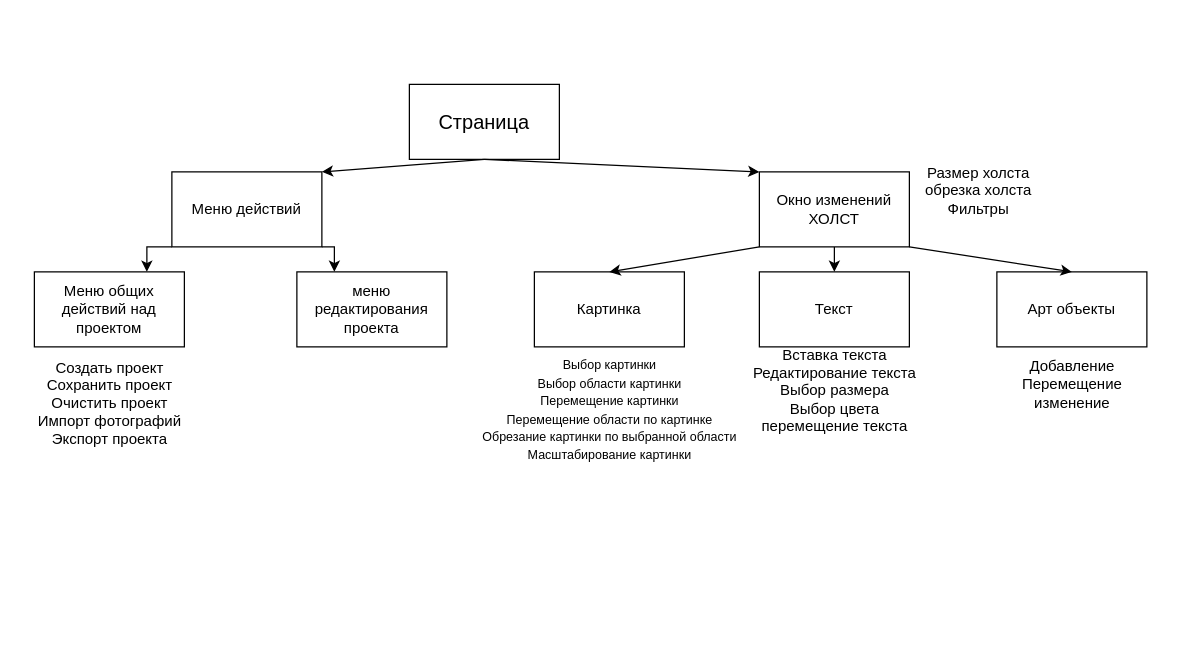
Before: Диаграмма без названия.drawio in ValentinKonstantinov/Card_Maker, a draw.io diagram. Source tidied: cells renumbered, new cells numbered last; positions are measured from the earlier drawing's top-left corner, leaving out a move shared by most shapes. Both pictures are drawn from the tidied source at 125%, with x=0, y=0 at pixel (21, 84).
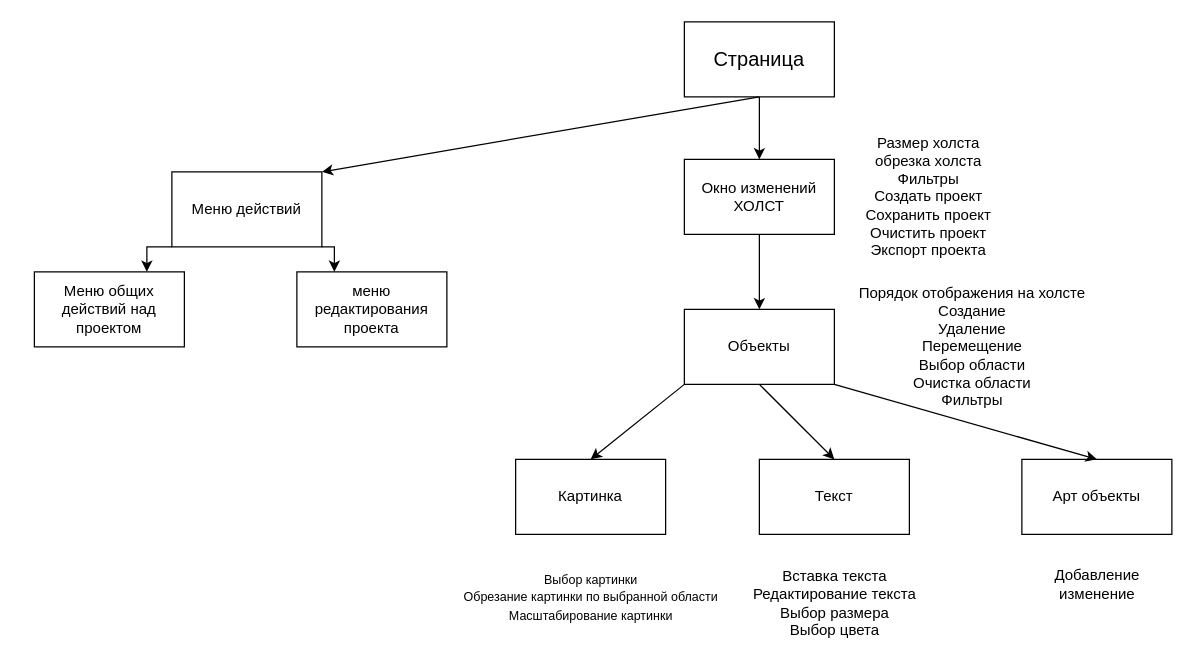
Above is the later version.

Change to the diagram source:
```diff
@@
     <mxCell id="2" value="&lt;font size=&quot;3&quot;&gt;Страница&lt;/font&gt;" style="rounded=0;whiteSpace=wrap;html=1;" parent="1" vertex="1">
-      <mxGeometry x="310" width="120" height="60" as="geometry" />
+      <mxGeometry x="530" y="-50" width="120" height="60" as="geometry" />
     </mxCell>
@@
     <mxCell id="7" value="Окно изменений&lt;br&gt;ХОЛСТ" style="rounded=0;whiteSpace=wrap;html=1;" parent="1" vertex="1">
-      <mxGeometry x="590" y="70" width="120" height="60" as="geometry" />
+      <mxGeometry x="530" y="60" width="120" height="60" as="geometry" />
     </mxCell>
-    <mxCell id="8" style="endArrow=classic;html=1;rounded=0;exitX=0.5;exitY=1;exitDx=0;exitDy=0;entryX=0;entryY=0;entryDx=0;entryDy=0;" parent="1" edge="1" source="2" target="7">
+    <mxCell id="8" style="endArrow=classic;html=1;rounded=0;exitX=0.5;exitY=1;exitDx=0;exitDy=0;entryX=0.5;entryY=0;entryDx=0;entryDy=0;" parent="1" edge="1" source="2" target="7">
       <mxGeometry relative="1" as="geometry" />
     </mxCell>
@@
     <mxCell id="11" value="Картинка" style="rounded=0;whiteSpace=wrap;html=1;" parent="1" vertex="1">
-      <mxGeometry x="410" y="150" width="120" height="60" as="geometry" />
+      <mxGeometry x="395" y="300" width="120" height="60" as="geometry" />
     </mxCell>
     <mxCell id="12" value="Текст" style="rounded=0;whiteSpace=wrap;html=1;" parent="1" vertex="1">
-      <mxGeometry x="590" y="150" width="120" height="60" as="geometry" />
+      <mxGeometry x="590" y="300" width="120" height="60" as="geometry" />
     </mxCell>
-    <mxCell id="13" value="&lt;font style=&quot;font-size: 10px;&quot;&gt;Выбор картинки&lt;br&gt;Выбор области картинки&lt;br&gt;Перемещение картинки&lt;br&gt;Перемещение области по картинке&lt;br&gt;Обрезание картинки по выбранной области&lt;br&gt;Масштабирование картинки&lt;/font&gt;" style="text;html=1;align=center;verticalAlign=middle;strokeColor=none;fillColor=none;" parent="1" vertex="1">
-      <mxGeometry x="355" y="210" width="230" height="100" as="geometry" />
+    <mxCell id="13" value="&lt;font style=&quot;font-size: 10px;&quot;&gt;Выбор картинки&lt;br&gt;Обрезание картинки по выбранной области&lt;br&gt;Масштабирование картинки&lt;/font&gt;" style="text;html=1;align=center;verticalAlign=middle;strokeColor=none;fillColor=none;" parent="1" vertex="1">
+      <mxGeometry x="340" y="380" width="230" height="60" as="geometry" />
     </mxCell>
-    <mxCell id="14" value="Вставка текста&lt;br&gt;Редактирование текста&lt;br&gt;Выбор размера&lt;br&gt;Выбор цвета&lt;br&gt;перемещение текста" style="text;html=1;align=center;verticalAlign=middle;strokeColor=none;fillColor=none;" parent="1" vertex="1">
-      <mxGeometry x="575" y="200" width="150" height="90" as="geometry" />
+    <mxCell id="14" value="Вставка текста&lt;br&gt;Редактирование текста&lt;br&gt;Выбор размера&lt;br&gt;Выбор цвета" style="text;html=1;align=center;verticalAlign=middle;strokeColor=none;fillColor=none;" parent="1" vertex="1">
+      <mxGeometry x="575" y="380" width="150" height="70" as="geometry" />
     </mxCell>
     <mxCell id="15" value="Арт объекты" style="rounded=0;whiteSpace=wrap;html=1;" parent="1" vertex="1">
-      <mxGeometry x="780" y="150" width="120" height="60" as="geometry" />
+      <mxGeometry x="800" y="300" width="120" height="60" as="geometry" />
     </mxCell>
-    <mxCell id="16" value="Добавление&lt;br&gt;Перемещение&lt;br&gt;изменение" style="text;html=1;align=center;verticalAlign=middle;strokeColor=none;fillColor=none;" parent="1" vertex="1">
-      <mxGeometry x="790" y="210" width="100" height="60" as="geometry" />
+    <mxCell id="16" value="Добавление&lt;br&gt;изменение" style="text;html=1;align=center;verticalAlign=middle;strokeColor=none;fillColor=none;" parent="1" vertex="1">
+      <mxGeometry x="815" y="380" width="90" height="40" as="geometry" />
     </mxCell>
-    <mxCell id="17" style="endArrow=classic;html=1;rounded=0;entryX=0.5;entryY=0;entryDx=0;entryDy=0;exitX=1;exitY=1;exitDx=0;exitDy=0;" parent="1" edge="1" source="7" target="15">
+    <mxCell id="17" style="endArrow=classic;html=1;rounded=0;entryX=0.5;entryY=0;entryDx=0;entryDy=0;exitX=1;exitY=1;exitDx=0;exitDy=0;" parent="1" edge="1" source="22" target="15">
       <mxGeometry relative="1" as="geometry" />
     </mxCell>
-    <mxCell id="18" style="endArrow=classic;html=1;rounded=0;entryX=0.5;entryY=0;entryDx=0;entryDy=0;exitX=0.5;exitY=1;exitDx=0;exitDy=0;" parent="1" edge="1" source="7" target="12">
+    <mxCell id="18" style="endArrow=classic;html=1;rounded=0;entryX=0.5;entryY=0;entryDx=0;entryDy=0;exitX=0.5;exitY=1;exitDx=0;exitDy=0;" parent="1" edge="1" source="22" target="12">
       <mxGeometry relative="1" as="geometry" />
     </mxCell>
-    <mxCell id="19" style="endArrow=classic;html=1;rounded=0;exitX=0;exitY=1;exitDx=0;exitDy=0;entryX=0.5;entryY=0;entryDx=0;entryDy=0;" parent="1" edge="1" source="7" target="11">
+    <mxCell id="19" style="endArrow=classic;html=1;rounded=0;exitX=0;exitY=1;exitDx=0;exitDy=0;entryX=0.5;entryY=0;entryDx=0;entryDy=0;" parent="1" edge="1" source="22" target="11">
       <mxGeometry relative="1" as="geometry" />
     </mxCell>
-    <mxCell id="20" value="Размер холста&lt;br&gt;обрезка холста&lt;br&gt;Фильтры" style="text;html=1;align=center;verticalAlign=middle;strokeColor=none;fillColor=none;" parent="1" vertex="1">
-      <mxGeometry x="710" y="55" width="110" height="60" as="geometry" />
+    <mxCell id="20" value="Размер холста&lt;br&gt;обрезка холста&lt;br&gt;Фильтры&lt;br&gt;Создать проект&lt;br style=&quot;border-color: var(--border-color);&quot;&gt;Сохранить проект&lt;br style=&quot;border-color: var(--border-color);&quot;&gt;Очистить проект&lt;br style=&quot;border-color: var(--border-color);&quot;&gt;Экспорт проекта" style="text;html=1;align=center;verticalAlign=middle;strokeColor=none;fillColor=none;" parent="1" vertex="1">
+      <mxGeometry x="665" y="35" width="120" height="110" as="geometry" />
     </mxCell>
-    <mxCell id="21" value="Создать проект&lt;br&gt;Сохранить проект&lt;br&gt;Очистить проект&lt;br&gt;Импорт фотографий&lt;br&gt;Экспорт проекта" style="text;html=1;align=center;verticalAlign=middle;strokeColor=none;fillColor=none;" parent="1" vertex="1">
-      <mxGeometry y="210" width="140" height="90" as="geometry" />
-    </mxCell>
+    <mxCell id="22" value="Объекты" style="rounded=0;whiteSpace=wrap;html=1;" parent="1" vertex="1">
+      <mxGeometry x="530" y="180" width="120" height="60" as="geometry" />
+    </mxCell>
+    <mxCell id="23" value="Порядок отображения на холсте&lt;br&gt;Создание&lt;br&gt;Удаление&lt;br&gt;Перемещение&lt;br&gt;Выбор области&lt;br&gt;Очистка области&lt;br&gt;Фильтры" style="text;html=1;align=center;verticalAlign=middle;strokeColor=none;fillColor=none;" parent="1" vertex="1">
+      <mxGeometry x="660" y="155" width="200" height="110" as="geometry" />
+    </mxCell>
+    <mxCell id="24" style="endArrow=classic;html=1;rounded=0;entryX=0.5;entryY=0;entryDx=0;entryDy=0;exitX=0.5;exitY=1;exitDx=0;exitDy=0;" parent="1" edge="1" source="7" target="22">
+      <mxGeometry relative="1" as="geometry" />
+    </mxCell>
```
